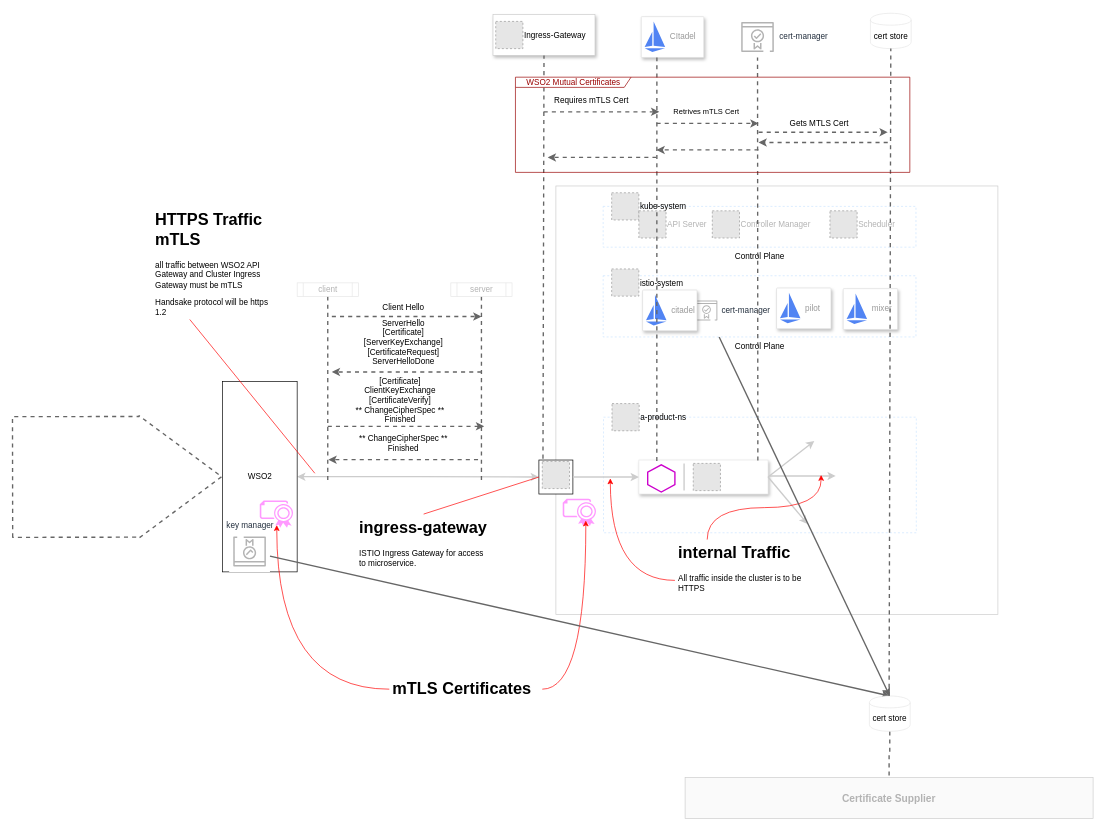
Above: mtls-gatewaytocluster.drawio in ourjamie/diagraming (draw.io), before the change. Source tidied: cells renumbered, new cells numbered last; positions are measured from the earlier drawing's top-left corner, leaving out a move shared by most shapes. Both pictures are drawn from the tidied source at 68%, with x=0, y=0 at pixel (12, 13). Pictures stored in the file or linked from it are replaced by grey dashed boxes.
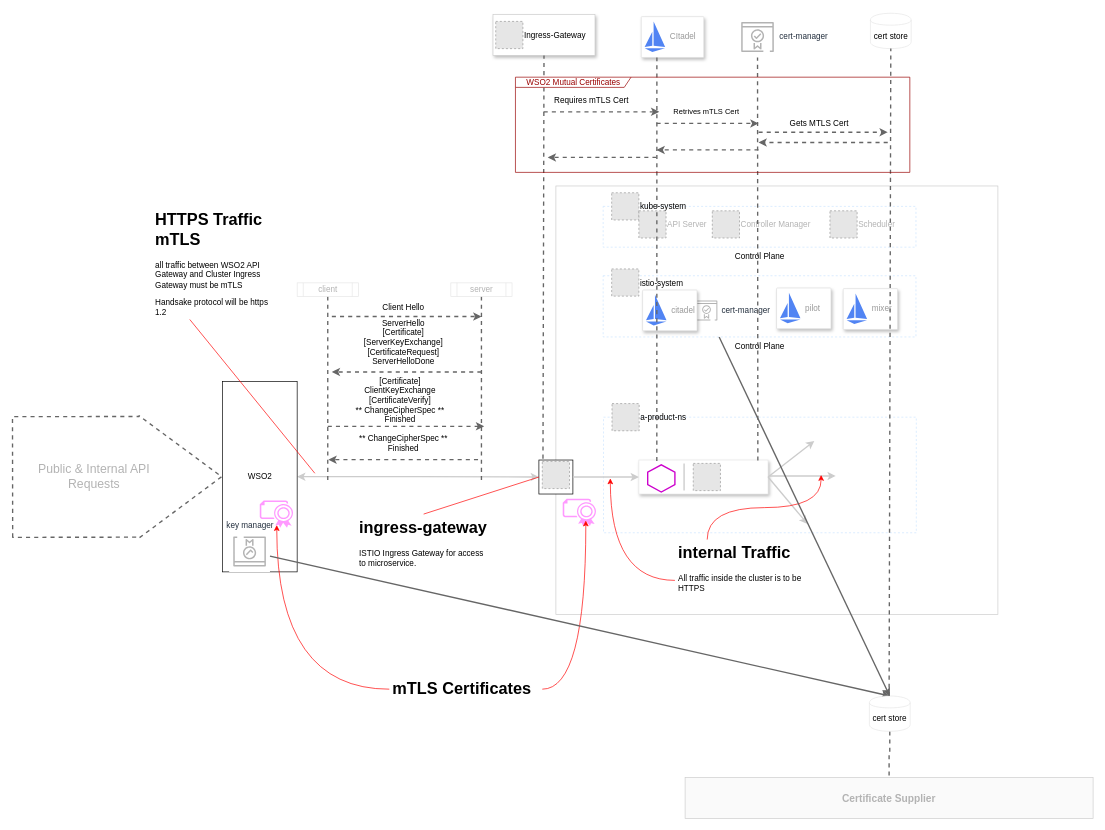
The same page after the edit.

Unchanged cells that the change refers to:
```xml
<mxCell id="3" value="WSO2" style="rounded=0;whiteSpace=wrap;html=1;" parent="1" vertex="1">
  <mxGeometry x="309.5" y="541.5" width="110" height="280" as="geometry" />
</mxCell>
```

Change to the diagram source:
```diff
@@
-    <mxCell id="85" style="shape=flexArrow;endArrow=classic;html=1;dashed=1;strokeColor=#666666;strokeWidth=2;fontColor=#B3B3B3;entryX=0;entryY=0.5;entryDx=0;entryDy=0;width=176.47058823529412;endSize=39.76470588235294;endWidth=0;" parent="1" edge="1" target="3">
+    <mxCell id="85" style="shape=flexArrow;endArrow=classic;html=1;dashed=1;strokeColor=#666666;strokeWidth=2;fontColor=#B3B3B3;entryX=0;entryY=0.5;entryDx=0;entryDy=0;width=176.47058823529412;endSize=39.76470588235294;endWidth=0;labelPosition=center;verticalLabelPosition=bottom;align=center;verticalAlign=top;" parent="1" edge="1" target="3">
       <mxGeometry relative="1" as="geometry">
         <mxPoint y="682" as="sourcePoint" />
       </mxGeometry>
     </mxCell>
+    <mxCell id="86" value="&lt;font style=&quot;font-size: 18px&quot;&gt;Public &amp;amp; Internal API Requests&lt;/font&gt;" style="text;html=1;strokeColor=none;fillColor=none;align=center;verticalAlign=middle;whiteSpace=wrap;rounded=0;shadow=0;fontColor=#B3B3B3;" parent="1" vertex="1">
+      <mxGeometry x="35.5" y="671.5" width="170" height="20" as="geometry" />
+    </mxCell>
```
